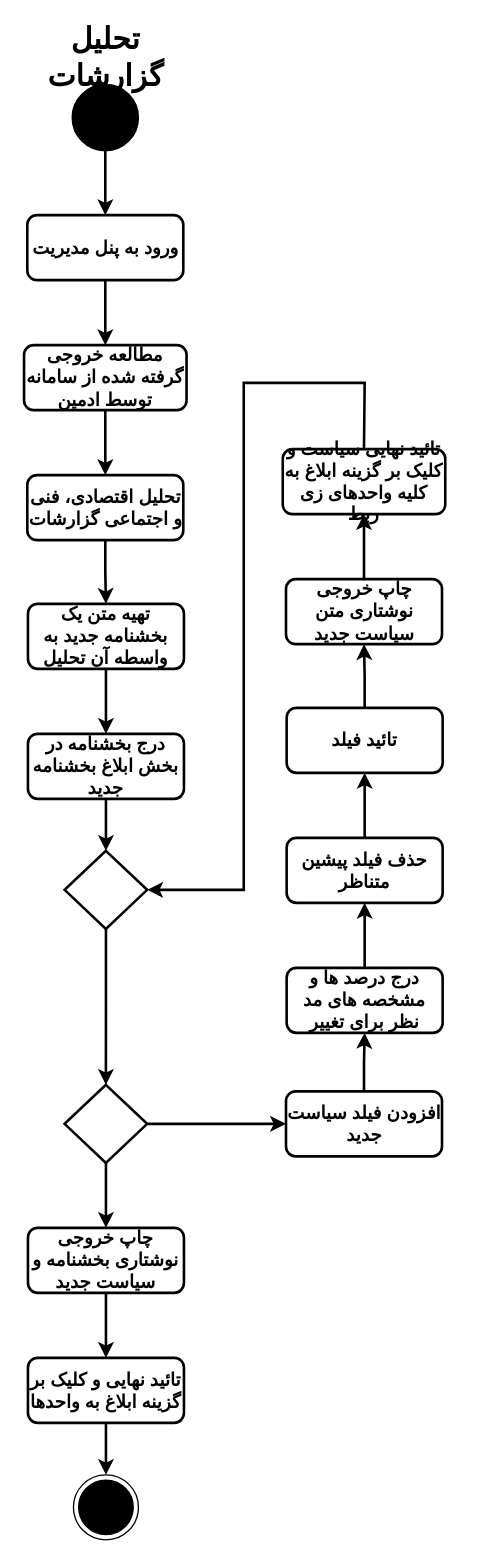
This is page "AnalyticalReport" (20 of 24) of ActivityDiagram/MiddleWare_CarBaMaActivityDiagram.drawio from MelvinMo/CarBaMa_Automotive-Sale-Application, a draw.io file, before an edit. Source tidied: cells renumbered, new cells numbered last; positions are measured from the earlier drawing's top-left corner, leaving out a move shared by most shapes. Both pictures are drawn from the tidied source at 130%, with x=0, y=0 at pixel (23, 44).
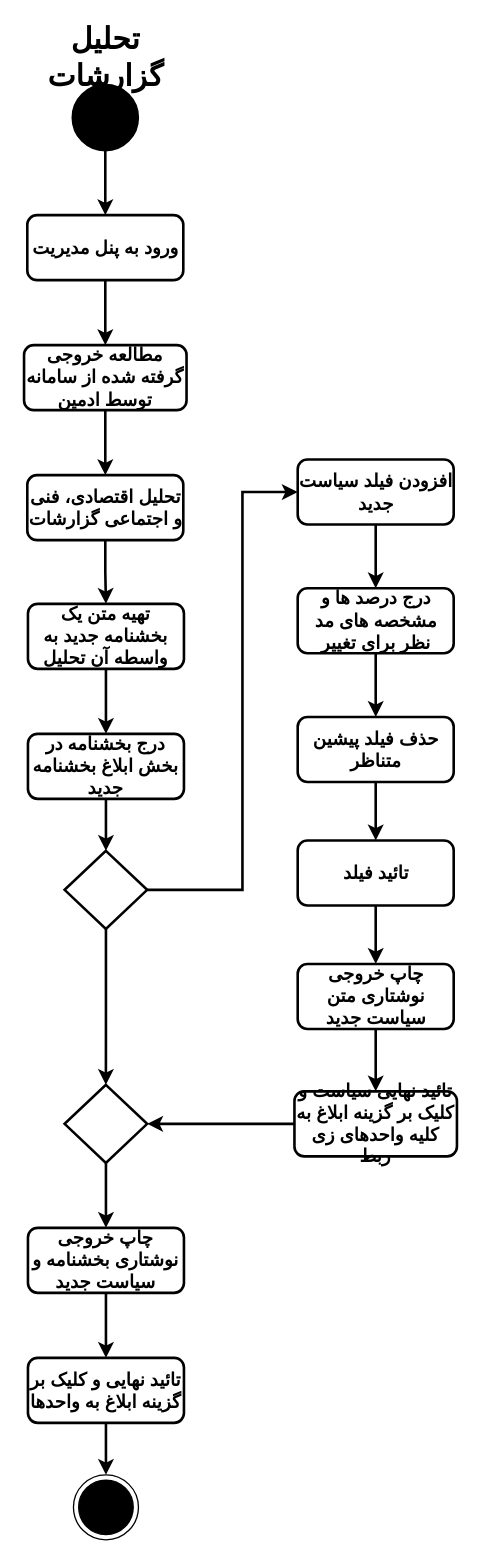
The same page after the edit.

Unchanged cells that the change refers to:
```xml
<mxCell id="22" style="strokeWidth=2;html=1;shape=mxgraph.flowchart.decision;whiteSpace=wrap;" parent="1" vertex="1">
  <mxGeometry x="31.2" y="800" width="63.5" height="60" as="geometry" />
</mxCell>
<mxCell id="24" style="strokeWidth=2;html=1;shape=mxgraph.flowchart.decision;whiteSpace=wrap;" parent="1" vertex="1">
  <mxGeometry x="31.2" y="620" width="63.5" height="60" as="geometry" />
</mxCell>
```

Diff of the diagram source:
```diff
@@
-    <mxCell id="20" style="edgeStyle=orthogonalEdgeStyle;rounded=0;jettySize=auto;html=1;strokeWidth=2;fontSize=14;" parent="1" edge="1" source="22" target="35">
-      <mxGeometry relative="1" as="geometry" />
-    </mxCell>
@@
+    <mxCell id="37" style="edgeStyle=orthogonalEdgeStyle;rounded=0;jettySize=auto;html=1;strokeWidth=2;entryX=0;entryY=0.5;entryDx=0;entryDy=0;" parent="1" edge="1" source="24" target="35">
+      <mxGeometry relative="1" as="geometry">
+        <Array as="points">
+          <mxPoint x="168" y="650" />
+          <mxPoint x="168" y="344" />
+        </Array>
+      </mxGeometry>
+    </mxCell>
@@
+    <mxCell id="38" style="edgeStyle=orthogonalEdgeStyle;rounded=0;jettySize=auto;html=1;strokeWidth=2;" parent="1" edge="1" source="25" target="22">
+      <mxGeometry relative="1" as="geometry" />
+    </mxCell>
     <mxCell id="25" value="&lt;font&gt;&lt;b style=&quot;border-color: var(--border-color); font-size: 14px;&quot;&gt;تائید نهایی سیاست و کلیک بر گزینه ابلاغ به کلیه واحدهای زی ربط&lt;/b&gt;&lt;br&gt;&lt;/font&gt;" style="rounded=1;whiteSpace=wrap;html=1;strokeColor=#000000;fillColor=#FFFFFF;strokeWidth=2;direction=east;" parent="1" vertex="1">
-      <mxGeometry x="199" y="311" width="125" height="50" as="geometry" />
+      <mxGeometry x="208" y="805" width="125" height="50" as="geometry" />
     </mxCell>
-    <mxCell id="26" style="edgeStyle=orthogonalEdgeStyle;rounded=0;jettySize=auto;html=1;strokeWidth=2;fontSize=14;" parent="1" edge="1" source="27" target="25">
+    <mxCell id="26" style="edgeStyle=orthogonalEdgeStyle;rounded=0;jettySize=auto;html=1;strokeWidth=2;" parent="1" edge="1" source="27" target="25">
       <mxGeometry relative="1" as="geometry" />
     </mxCell>
     <mxCell id="27" value="&lt;b style=&quot;border-color: var(--border-color); font-size: 14px;&quot;&gt;چاپ خروجی نوشتاری متن سیاست جدید&lt;/b&gt;" style="rounded=1;whiteSpace=wrap;html=1;strokeColor=#000000;fillColor=#FFFFFF;strokeWidth=2;direction=east;" parent="1" vertex="1">
-      <mxGeometry x="201.5" y="411" width="120" height="50" as="geometry" />
+      <mxGeometry x="210.5" y="707" width="120" height="50" as="geometry" />
     </mxCell>
-    <mxCell id="28" style="edgeStyle=orthogonalEdgeStyle;rounded=0;jettySize=auto;html=1;strokeWidth=2;fontSize=14;" parent="1" edge="1" source="29" target="27">
+    <mxCell id="28" style="edgeStyle=orthogonalEdgeStyle;rounded=0;jettySize=auto;html=1;strokeWidth=2;" parent="1" edge="1" source="29" target="27">
       <mxGeometry relative="1" as="geometry" />
     </mxCell>
     <mxCell id="29" value="&lt;b style=&quot;border-color: var(--border-color); font-size: 14px;&quot;&gt;تائید فیلد&lt;/b&gt;" style="rounded=1;whiteSpace=wrap;html=1;strokeColor=#000000;fillColor=#FFFFFF;strokeWidth=2;direction=east;" parent="1" vertex="1">
-      <mxGeometry x="202" y="510" width="120" height="50" as="geometry" />
+      <mxGeometry x="210.5" y="612" width="120" height="50" as="geometry" />
     </mxCell>
-    <mxCell id="30" style="edgeStyle=orthogonalEdgeStyle;rounded=0;jettySize=auto;html=1;strokeWidth=2;fontSize=14;" parent="1" edge="1" source="31" target="29">
+    <mxCell id="30" style="edgeStyle=orthogonalEdgeStyle;rounded=0;jettySize=auto;html=1;strokeWidth=2;" parent="1" edge="1" source="31" target="29">
       <mxGeometry relative="1" as="geometry" />
     </mxCell>
     <mxCell id="31" value="&lt;b style=&quot;border-color: var(--border-color); font-size: 14px;&quot;&gt;حذف فیلد پیشین متناظر&lt;/b&gt;" style="rounded=1;whiteSpace=wrap;html=1;strokeColor=#000000;fillColor=#FFFFFF;strokeWidth=2;direction=east;" parent="1" vertex="1">
-      <mxGeometry x="202" y="610" width="120" height="50" as="geometry" />
+      <mxGeometry x="210.5" y="517" width="120" height="50" as="geometry" />
     </mxCell>
-    <mxCell id="32" style="edgeStyle=orthogonalEdgeStyle;rounded=0;jettySize=auto;html=1;strokeWidth=2;fontSize=14;" parent="1" edge="1" source="33" target="31">
+    <mxCell id="32" style="edgeStyle=orthogonalEdgeStyle;rounded=0;jettySize=auto;html=1;strokeWidth=2;" parent="1" edge="1" source="33" target="31">
       <mxGeometry relative="1" as="geometry" />
     </mxCell>
     <mxCell id="33" value="&lt;b style=&quot;border-color: var(--border-color); font-size: 14px;&quot;&gt;درج درصد ها و مشخصه های مد نظر برای تغییر&lt;/b&gt;" style="rounded=1;whiteSpace=wrap;html=1;strokeColor=#000000;fillColor=#FFFFFF;strokeWidth=2;direction=east;" parent="1" vertex="1">
-      <mxGeometry x="202" y="710" width="120" height="50" as="geometry" />
+      <mxGeometry x="210.5" y="418" width="120" height="50" as="geometry" />
     </mxCell>
-    <mxCell id="34" style="edgeStyle=orthogonalEdgeStyle;rounded=0;jettySize=auto;html=1;strokeWidth=2;fontSize=14;" parent="1" edge="1" source="35" target="33">
+    <mxCell id="34" style="edgeStyle=orthogonalEdgeStyle;rounded=0;jettySize=auto;html=1;strokeWidth=2;" parent="1" edge="1" source="35" target="33">
       <mxGeometry relative="1" as="geometry" />
     </mxCell>
     <mxCell id="35" value="&lt;b style=&quot;border-color: var(--border-color); font-size: 14px;&quot;&gt;افزودن فیلد سیاست جدید&lt;/b&gt;" style="rounded=1;whiteSpace=wrap;html=1;strokeColor=#000000;fillColor=#FFFFFF;strokeWidth=2;direction=east;" parent="1" vertex="1">
-      <mxGeometry x="201.5" y="805" width="120" height="50" as="geometry" />
+      <mxGeometry x="210.5" y="319" width="120" height="50" as="geometry" />
     </mxCell>
-    <mxCell id="36" style="endArrow=classic;html=1;rounded=0;strokeWidth=2;fontSize=14;exitX=0.5;exitY=0;exitDx=0;exitDy=0;entryX=1;entryY=0.5;entryDx=0;entryDy=0;entryPerimeter=0;" parent="1" edge="1" source="25" target="24">
-      <mxGeometry relative="1" as="geometry">
-        <Array as="points">
-          <mxPoint x="262" y="260" />
-          <mxPoint x="169" y="260" />
-          <mxPoint x="169" y="650" />
-        </Array>
-      </mxGeometry>
-    </mxCell>
```
